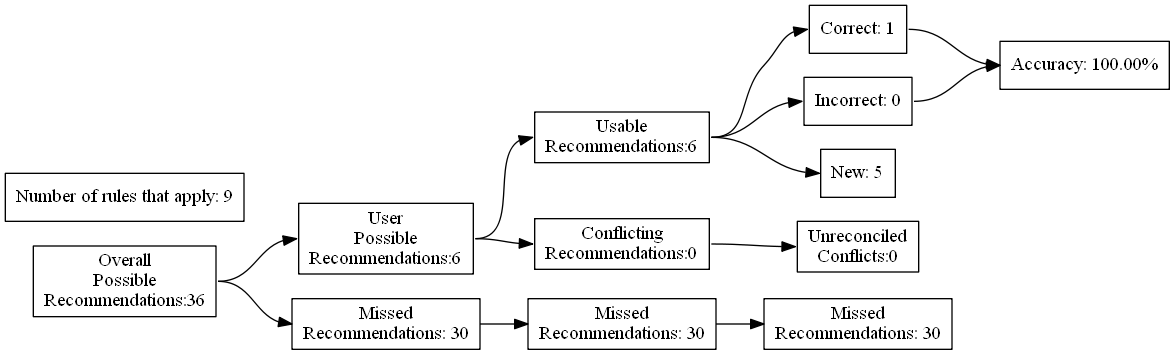
This is test_renders/110.gv.png from ZaxR/ibd_diet_analysis, a Graphviz export, as it was before one commit. Its source is kept beside it as test_renders/110.gv. Its diagram source:
```dot
digraph {
	graph [rankdir=LR]
	node [pos=r shape=box]
	edge [headport=w tailport=e]
		A [label="Overall
Possible
Recommendations:36"]
		B [label="User
Possible
Recommendations:6"]
		C [label="Missed
Recommendations: 30"]
		D [label="Usable
Recommendations:6"]
		E [label="Conflicting
Recommendations:0"]
		J [label="Missed
Recommendations: 30"]
		M [label="Unreconciled
Conflicts:0"]
		F [label="Correct: 1"]
		G [label="Incorrect: 0"]
		H [label="New: 5"]
		K [label="Missed
Recommendations: 30"]
		I [label="Accuracy: 100.00%"]
		l [label="Number of rules that apply: 9"]
			A -> B
			A -> C
			B -> D
			B -> E
			D -> F
			D -> G
			D -> H
			F -> I
			G -> I
			C -> J
			J -> K
			E -> M
}
```
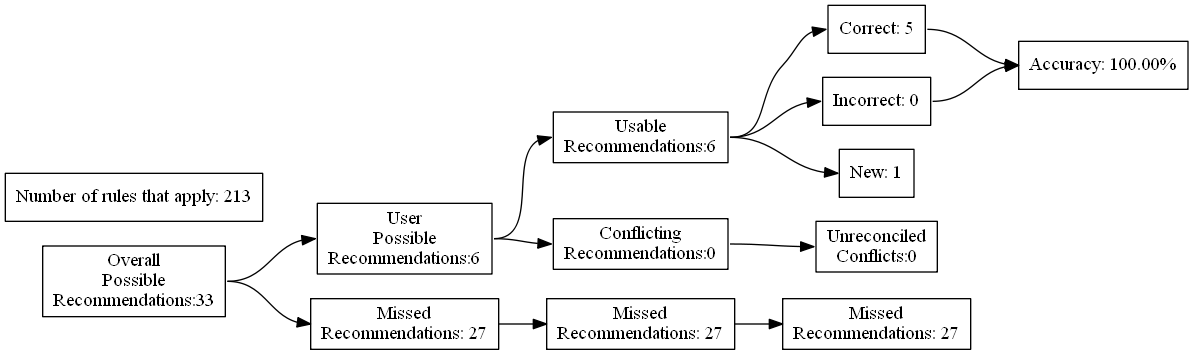
Above is the later version.

The edit, as a diff of the source:
```diff
@@ -4,27 +4,27 @@
 	edge [headport=w tailport=e]
 		A [label="Overall
 Possible
-Recommendations:36"]
+Recommendations:33"]
 		B [label="User
 Possible
 Recommendations:6"]
 		C [label="Missed
-Recommendations: 30"]
+Recommendations: 27"]
 		D [label="Usable
 Recommendations:6"]
 		E [label="Conflicting
 Recommendations:0"]
 		J [label="Missed
-Recommendations: 30"]
+Recommendations: 27"]
 		M [label="Unreconciled
 Conflicts:0"]
-		F [label="Correct: 1"]
+		F [label="Correct: 5"]
 		G [label="Incorrect: 0"]
-		H [label="New: 5"]
+		H [label="New: 1"]
 		K [label="Missed
-Recommendations: 30"]
+Recommendations: 27"]
 		I [label="Accuracy: 100.00%"]
-		l [label="Number of rules that apply: 9"]
+		l [label="Number of rules that apply: 213"]
 			A -> B
 			A -> C
 			B -> D
```
